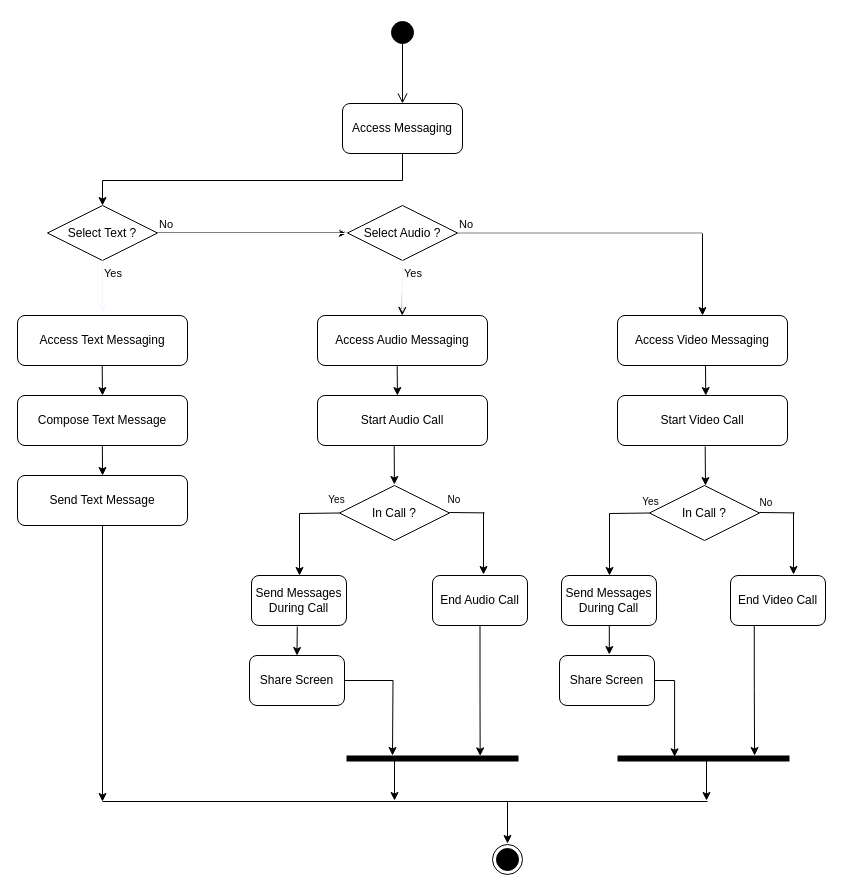
This is Activity Diagram/Messaging Module.drawio from Harshul1484/BMP-, a draw.io file, before an edit. Source tidied: cells renumbered, new cells numbered last; positions are measured from the earlier drawing's top-left corner, leaving out a move shared by most shapes. Both pictures are drawn from the tidied source at 100%, with x=0, y=0 at pixel (17, 17).
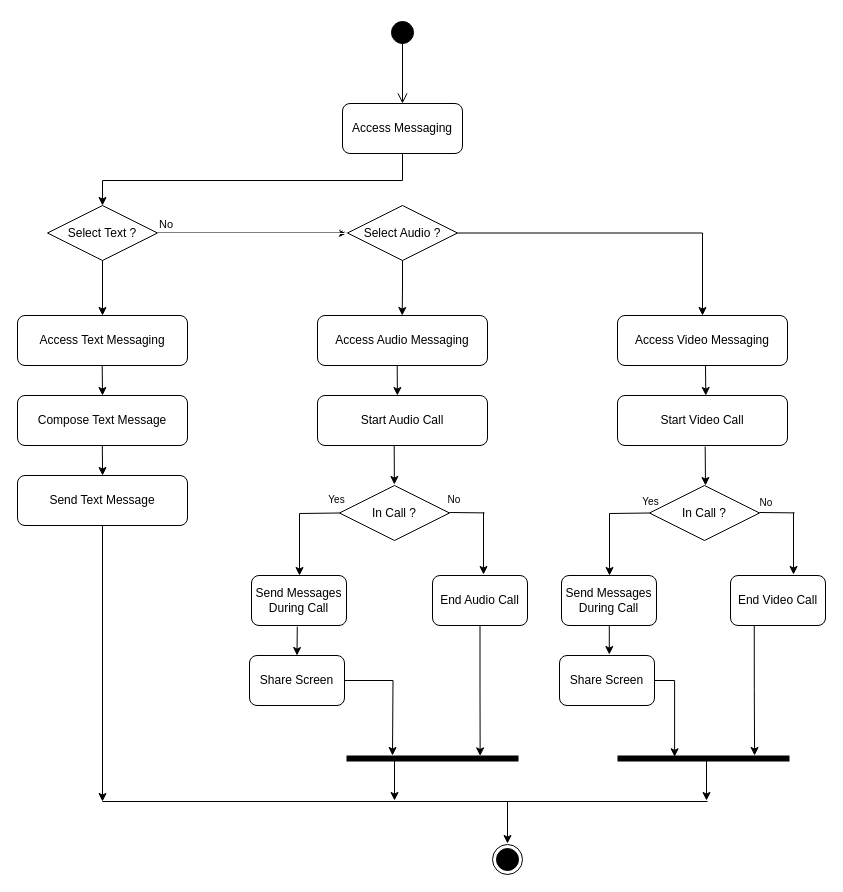
After the change.

The change refers to these unchanged cells:
```xml
<mxCell id="5" value="Select Text ?" style="rhombus;whiteSpace=wrap;html=1;" parent="1" vertex="1">
  <mxGeometry x="30" y="188" width="110" height="55" as="geometry" />
</mxCell>
<mxCell id="10" value="Select Audio ?" style="rhombus;whiteSpace=wrap;html=1;" parent="1" vertex="1">
  <mxGeometry x="330" y="188" width="110" height="55" as="geometry" />
</mxCell>
<mxCell id="16" value="Access Video Messaging" style="rounded=1;whiteSpace=wrap;html=1;" parent="1" vertex="1">
  <mxGeometry x="600" y="298" width="170" height="50" as="geometry" />
</mxCell>
```

What changed in the source:
```diff
@@
+    <mxCell id="64" style="edgeStyle=orthogonalEdgeStyle;rounded=0;jettySize=auto;html=1;exitX=0.5;exitY=1;exitDx=0;exitDy=0;" parent="1" edge="1" source="5">
+      <mxGeometry relative="1" as="geometry">
+        <mxPoint x="85" y="298" as="targetPoint" />
+      </mxGeometry>
+    </mxCell>
@@
-    <mxCell id="11" value="No" style="edgeStyle=orthogonalEdgeStyle;html=1;align=left;verticalAlign=bottom;endArrow=open;endSize=8;strokeColor=#FFFFFF;rounded=0;entryX=0.536;entryY=-0.069;entryDx=0;entryDy=0;entryPerimeter=0;" parent="1" edge="1" source="10" target="16">
-      <mxGeometry x="-1" relative="1" as="geometry" />
-    </mxCell>
-    <mxCell id="12" value="Yes" style="edgeStyle=orthogonalEdgeStyle;html=1;align=left;verticalAlign=top;endArrow=open;endSize=8;strokeColor=#F7F2FF;rounded=0;" parent="1" edge="1">
-      <mxGeometry x="-1" relative="1" as="geometry">
-        <mxPoint x="385" y="243" as="sourcePoint" />
-        <mxPoint x="385" y="295" as="targetPoint" />
-      </mxGeometry>
-    </mxCell>
-    <mxCell id="13" value="Yes" style="edgeStyle=orthogonalEdgeStyle;html=1;align=left;verticalAlign=top;endArrow=open;endSize=8;strokeColor=#F7F2FF;rounded=0;" parent="1" edge="1">
-      <mxGeometry x="-1" relative="1" as="geometry">
-        <mxPoint x="85" y="243" as="sourcePoint" />
-        <mxPoint x="85" y="295" as="targetPoint" />
-      </mxGeometry>
-    </mxCell>
```
